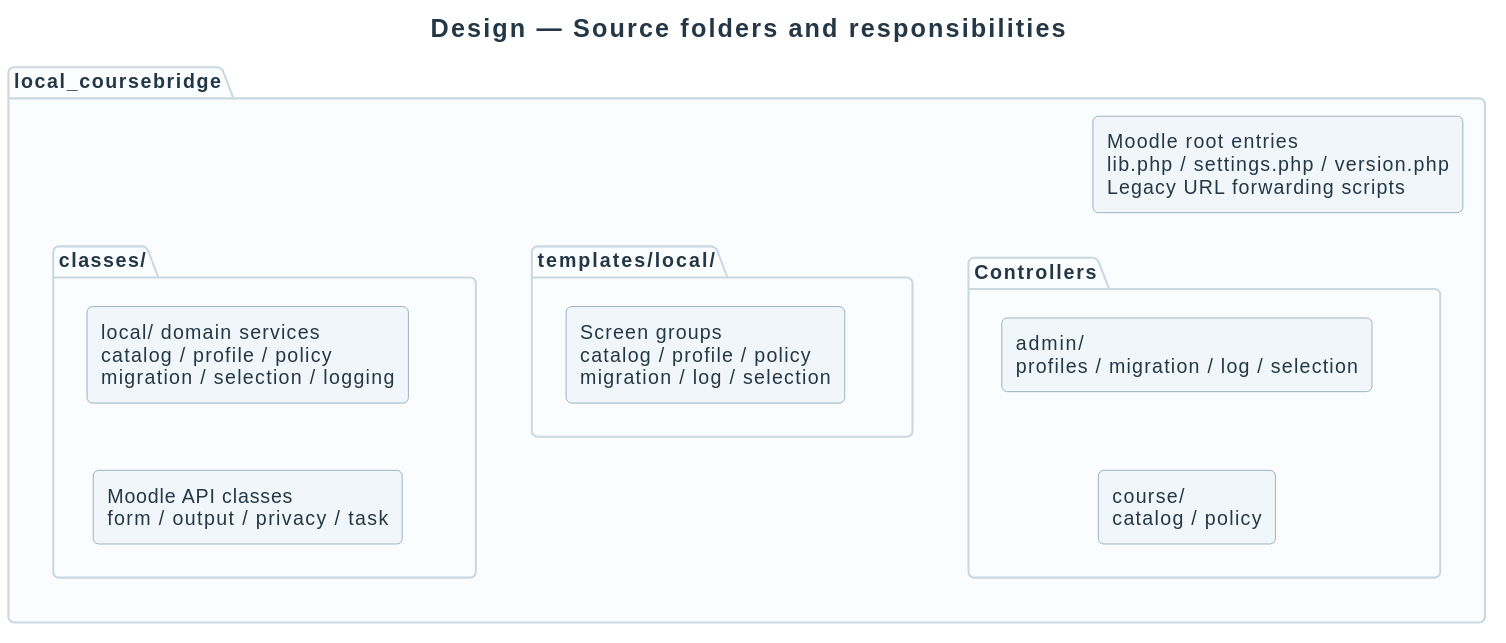
The PlantUML diagram docs/diagrams/design/source-structure.svg in didactika/moodle-local_coursefiles, before a commit.
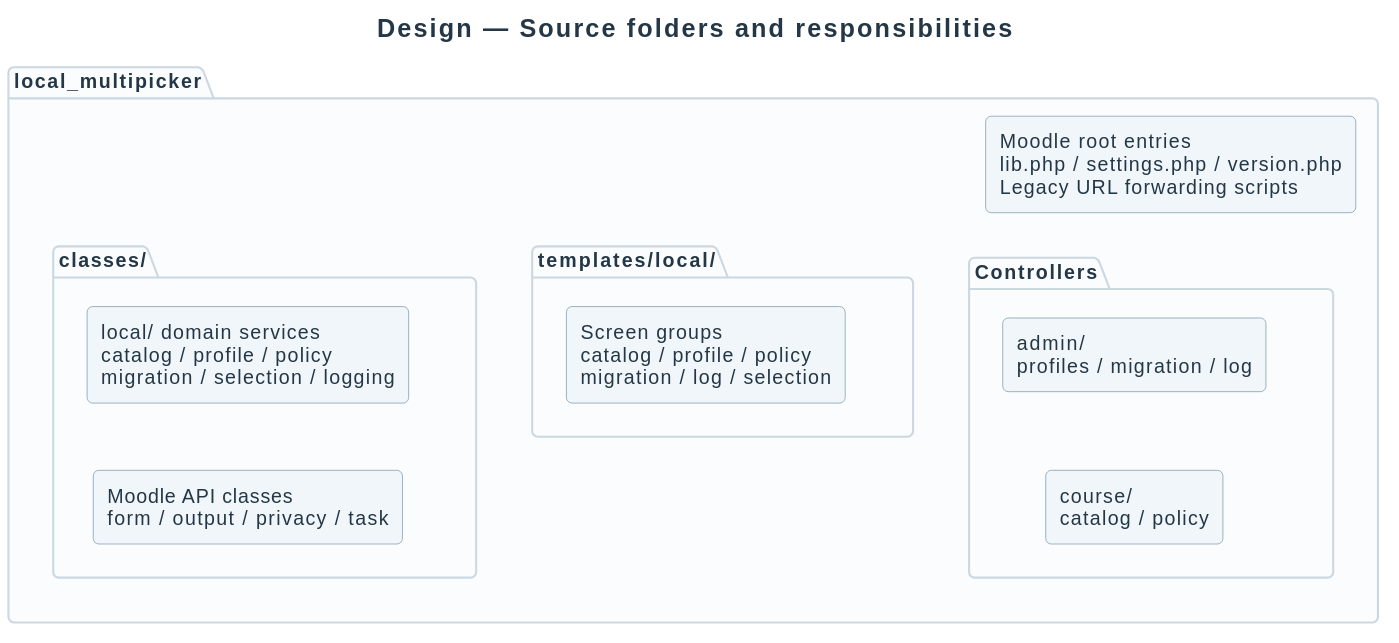
The same file after the commit.

Change to the diagram source:
```diff
@@ -2,10 +2,10 @@
 !include ../_style.puml
 top to bottom direction
 title Design — Source folders and responsibilities
-package "local_coursebridge" {
+package "local_multipicker" {
   component "Moodle root entries\nlib.php / settings.php / version.php\nLegacy URL forwarding scripts" as Entry
   package "Controllers" as Controllers {
-    component "admin/\nprofiles / migration / log / selection" as Admin
+    component "admin/\nprofiles / migration / log" as Admin
     component "course/\ncatalog / policy" as Course
     Admin -[hidden]down-> Course
   }
```
